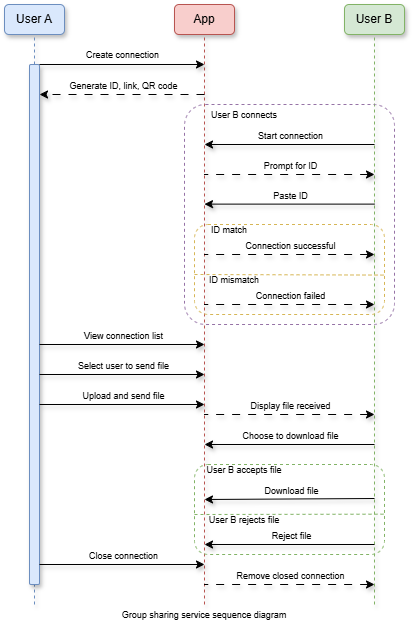
Above: docs/sequence/group_share.png in thuongtruong109/celedrive (draw.io), before the change. Source tidied: cells renumbered, new cells last; positions are measured from the earlier drawing's top-left corner, leaving out a move shared by most shapes. Its diagram source:
```xml
<mxGraphModel>
  <root>
    <mxCell id="0" />
    <mxCell id="1" parent="0" />
    <mxCell id="2" value="User A" style="rounded=1;whiteSpace=wrap;html=1;fillColor=#dae8fc;strokeColor=#6c8ebf;shadow=1;" parent="1" vertex="1">
      <mxGeometry width="60" height="30" as="geometry" />
    </mxCell>
    <mxCell id="3" style="endArrow=none;html=1;rounded=0;entryX=0.5;entryY=1;entryDx=0;entryDy=0;dashed=1;shadow=1;fillColor=#dae8fc;strokeColor=#6c8ebf;" parent="1" edge="1" source="9" target="2">
      <mxGeometry relative="1" as="geometry" />
    </mxCell>
    <mxCell id="4" value="App" style="rounded=1;whiteSpace=wrap;html=1;fillColor=#f8cecc;strokeColor=#b85450;shadow=1;" parent="1" vertex="1">
      <mxGeometry x="170" width="60" height="30" as="geometry" />
    </mxCell>
    <mxCell id="5" style="endArrow=none;html=1;rounded=0;entryX=0.5;entryY=1;entryDx=0;entryDy=0;dashed=1;shadow=1;fillColor=#f8cecc;strokeColor=#b85450;" parent="1" edge="1" target="4">
      <mxGeometry relative="1" as="geometry">
        <mxPoint x="200" y="600" as="sourcePoint" />
      </mxGeometry>
    </mxCell>
    <mxCell id="6" value="User B" style="rounded=1;whiteSpace=wrap;html=1;fillColor=#d5e8d4;strokeColor=#82b366;shadow=1;" parent="1" vertex="1">
      <mxGeometry x="340" width="60" height="30" as="geometry" />
    </mxCell>
    <mxCell id="7" style="endArrow=none;html=1;rounded=0;entryX=0.5;entryY=1;entryDx=0;entryDy=0;dashed=1;shadow=1;fillColor=#d5e8d4;strokeColor=#82b366;" parent="1" edge="1" target="6">
      <mxGeometry relative="1" as="geometry">
        <mxPoint x="370" y="600" as="sourcePoint" />
      </mxGeometry>
    </mxCell>
    <mxCell id="8" style="endArrow=none;html=1;rounded=0;entryX=0.5;entryY=1;entryDx=0;entryDy=0;dashed=1;fillColor=#dae8fc;strokeColor=#6c8ebf;shadow=1;" parent="1" edge="1" target="9">
      <mxGeometry relative="1" as="geometry">
        <mxPoint x="30" y="600" as="sourcePoint" />
      </mxGeometry>
    </mxCell>
    <mxCell id="9" style="rounded=1;whiteSpace=wrap;html=1;arcSize=15;fillColor=#dae8fc;strokeColor=#6c8ebf;shadow=1;" parent="1" vertex="1">
      <mxGeometry x="25" y="60" width="10" height="520" as="geometry" />
    </mxCell>
    <mxCell id="10" style="endArrow=classic;html=1;rounded=0;fontFamily=Helvetica;fontSize=12;fontColor=default;shadow=1;" parent="1" edge="1">
      <mxGeometry relative="1" as="geometry">
        <mxPoint x="35" y="60" as="sourcePoint" />
        <mxPoint x="200" y="60" as="targetPoint" />
      </mxGeometry>
    </mxCell>
    <mxCell id="11" value="&lt;font style=&quot;font-size: 9px;&quot;&gt;Create connection&lt;/font&gt;" style="edgeLabel;html=1;align=center;verticalAlign=middle;rounded=1;strokeColor=default;fontFamily=Helvetica;fontSize=12;fontColor=default;fillColor=default;" parent="10" vertex="1">
      <mxGeometry y="-2" relative="1" as="geometry">
        <mxPoint y="-12" as="offset" />
      </mxGeometry>
    </mxCell>
    <mxCell id="12" style="endArrow=classic;html=1;rounded=0;fontFamily=Helvetica;fontSize=12;fontColor=default;dashed=1;dashPattern=8 8;shadow=1;" parent="1" edge="1">
      <mxGeometry relative="1" as="geometry">
        <mxPoint x="200" y="90" as="sourcePoint" />
        <mxPoint x="35" y="90" as="targetPoint" />
      </mxGeometry>
    </mxCell>
    <mxCell id="13" value="&lt;font style=&quot;font-size: 9px;&quot;&gt;Generate ID, link, QR code&lt;/font&gt;" style="edgeLabel;html=1;align=center;verticalAlign=middle;rounded=1;strokeColor=default;fontFamily=Helvetica;fontSize=12;fontColor=default;fillColor=default;" parent="12" vertex="1">
      <mxGeometry x="0.07" relative="1" as="geometry">
        <mxPoint x="7" y="-9" as="offset" />
      </mxGeometry>
    </mxCell>
    <mxCell id="14" style="rounded=1;whiteSpace=wrap;html=1;strokeColor=#9673a6;align=center;verticalAlign=middle;fontFamily=Helvetica;fontSize=12;fillColor=none;dashed=1;arcSize=10;" parent="1" vertex="1">
      <mxGeometry x="180" y="100" width="210" height="220" as="geometry" />
    </mxCell>
    <mxCell id="15" value="&lt;font style=&quot;font-size: 9px;&quot;&gt;User B connects&lt;/font&gt;" style="text;html=1;align=center;verticalAlign=middle;whiteSpace=wrap;rounded=0;fontFamily=Helvetica;fontSize=12;fontColor=default;" parent="1" vertex="1">
      <mxGeometry x="200" y="100" width="80" height="20" as="geometry" />
    </mxCell>
    <mxCell id="16" style="endArrow=classic;html=1;rounded=0;fontFamily=Helvetica;fontSize=12;fontColor=default;shadow=1;" parent="1" edge="1">
      <mxGeometry relative="1" as="geometry">
        <mxPoint x="370" y="140" as="sourcePoint" />
        <mxPoint x="200" y="140" as="targetPoint" />
      </mxGeometry>
    </mxCell>
    <mxCell id="17" value="&lt;font style=&quot;font-size: 9px;&quot;&gt;Start connection&lt;/font&gt;" style="edgeLabel;html=1;align=center;verticalAlign=middle;rounded=1;strokeColor=default;fontFamily=Helvetica;fontSize=12;fontColor=default;fillColor=default;" parent="16" vertex="1">
      <mxGeometry x="0.01" y="-1" relative="1" as="geometry">
        <mxPoint x="2" y="-8" as="offset" />
      </mxGeometry>
    </mxCell>
    <mxCell id="18" style="endArrow=none;html=1;rounded=0;fontFamily=Helvetica;fontSize=12;fontColor=default;exitX=0.905;exitY=0.2;exitDx=0;exitDy=0;exitPerimeter=0;shadow=1;startArrow=classic;startFill=1;endFill=0;dashed=1;dashPattern=8 8;" parent="1" edge="1">
      <mxGeometry relative="1" as="geometry">
        <mxPoint x="370" y="170" as="sourcePoint" />
        <mxPoint x="200" y="170" as="targetPoint" />
      </mxGeometry>
    </mxCell>
    <mxCell id="19" value="&lt;font style=&quot;font-size: 9px;&quot;&gt;Prompt for ID&lt;/font&gt;" style="edgeLabel;html=1;align=center;verticalAlign=middle;rounded=1;strokeColor=default;fontFamily=Helvetica;fontSize=12;fontColor=default;fillColor=default;" parent="18" vertex="1">
      <mxGeometry x="0.01" y="-1" relative="1" as="geometry">
        <mxPoint x="2" y="-8" as="offset" />
      </mxGeometry>
    </mxCell>
    <mxCell id="20" style="endArrow=classic;html=1;rounded=0;fontFamily=Helvetica;fontSize=12;fontColor=default;exitX=0.905;exitY=0.2;exitDx=0;exitDy=0;exitPerimeter=0;shadow=1;" parent="1" edge="1">
      <mxGeometry relative="1" as="geometry">
        <mxPoint x="370" y="199.6" as="sourcePoint" />
        <mxPoint x="200" y="199.6" as="targetPoint" />
      </mxGeometry>
    </mxCell>
    <mxCell id="21" value="&lt;font style=&quot;font-size: 9px;&quot;&gt;Paste ID&lt;/font&gt;" style="edgeLabel;html=1;align=center;verticalAlign=middle;rounded=1;strokeColor=default;fontFamily=Helvetica;fontSize=12;fontColor=default;fillColor=default;" parent="20" vertex="1">
      <mxGeometry x="0.01" y="-1" relative="1" as="geometry">
        <mxPoint x="2" y="-8" as="offset" />
      </mxGeometry>
    </mxCell>
    <mxCell id="22" style="rounded=1;whiteSpace=wrap;html=1;strokeColor=#d6b656;align=center;verticalAlign=middle;fontFamily=Helvetica;fontSize=12;fillColor=none;dashed=1;" parent="1" vertex="1">
      <mxGeometry x="190" y="220" width="190" height="90" as="geometry" />
    </mxCell>
    <mxCell id="23" value="&lt;font style=&quot;font-size: 9px;&quot;&gt;ID match&lt;/font&gt;" style="text;html=1;align=center;verticalAlign=middle;whiteSpace=wrap;rounded=0;fontFamily=Helvetica;fontSize=12;fontColor=default;" parent="1" vertex="1">
      <mxGeometry x="200" y="220" width="50" height="10" as="geometry" />
    </mxCell>
    <mxCell id="24" style="endArrow=none;html=1;rounded=0;fontFamily=Helvetica;fontSize=12;fontColor=default;exitX=0.905;exitY=0.2;exitDx=0;exitDy=0;exitPerimeter=0;shadow=1;startArrow=classic;startFill=1;endFill=0;dashed=1;dashPattern=8 8;" parent="1" edge="1">
      <mxGeometry relative="1" as="geometry">
        <mxPoint x="370" y="250" as="sourcePoint" />
        <mxPoint x="200" y="250" as="targetPoint" />
      </mxGeometry>
    </mxCell>
    <mxCell id="25" value="&lt;font style=&quot;font-size: 9px;&quot;&gt;Connection successful&lt;/font&gt;" style="edgeLabel;html=1;align=center;verticalAlign=middle;rounded=1;strokeColor=default;fontFamily=Helvetica;fontSize=12;fontColor=default;fillColor=default;" parent="24" vertex="1">
      <mxGeometry x="0.01" y="-1" relative="1" as="geometry">
        <mxPoint x="2" y="-8" as="offset" />
      </mxGeometry>
    </mxCell>
    <mxCell id="26" style="endArrow=none;html=1;rounded=0;fontFamily=Helvetica;fontSize=12;fontColor=default;entryX=1;entryY=0.562;entryDx=0;entryDy=0;entryPerimeter=0;dashed=1;fillColor=#fff2cc;strokeColor=#d6b656;" parent="1" edge="1" target="22">
      <mxGeometry relative="1" as="geometry">
        <mxPoint x="190" y="270" as="sourcePoint" />
      </mxGeometry>
    </mxCell>
    <mxCell id="27" value="&lt;font style=&quot;font-size: 9px;&quot;&gt;ID mismatch&lt;/font&gt;" style="text;html=1;align=center;verticalAlign=middle;whiteSpace=wrap;rounded=0;fontFamily=Helvetica;fontSize=12;fontColor=default;" parent="1" vertex="1">
      <mxGeometry x="200" y="270" width="60" height="10" as="geometry" />
    </mxCell>
    <mxCell id="28" style="endArrow=none;html=1;rounded=0;fontFamily=Helvetica;fontSize=12;fontColor=default;exitX=0.905;exitY=0.2;exitDx=0;exitDy=0;exitPerimeter=0;shadow=1;startArrow=classic;startFill=1;endFill=0;dashed=1;dashPattern=8 8;" parent="1" edge="1">
      <mxGeometry relative="1" as="geometry">
        <mxPoint x="370" y="300" as="sourcePoint" />
        <mxPoint x="200" y="300" as="targetPoint" />
      </mxGeometry>
    </mxCell>
    <mxCell id="29" value="&lt;font style=&quot;font-size: 9px;&quot;&gt;Connection failed&lt;/font&gt;" style="edgeLabel;html=1;align=center;verticalAlign=middle;rounded=1;strokeColor=default;fontFamily=Helvetica;fontSize=12;fontColor=default;fillColor=default;" parent="28" vertex="1">
      <mxGeometry x="0.01" y="-1" relative="1" as="geometry">
        <mxPoint x="2" y="-8" as="offset" />
      </mxGeometry>
    </mxCell>
    <mxCell id="30" style="endArrow=none;html=1;rounded=0;fontFamily=Helvetica;fontSize=12;fontColor=default;shadow=1;startArrow=classic;startFill=1;endFill=0;" parent="1" edge="1">
      <mxGeometry relative="1" as="geometry">
        <mxPoint x="200" y="340" as="sourcePoint" />
        <mxPoint x="35" y="340" as="targetPoint" />
      </mxGeometry>
    </mxCell>
    <mxCell id="31" value="&lt;font style=&quot;font-size: 9px;&quot;&gt;View connection list&lt;/font&gt;" style="edgeLabel;html=1;align=center;verticalAlign=middle;rounded=1;strokeColor=default;fontFamily=Helvetica;fontSize=12;fontColor=default;fillColor=default;" parent="30" vertex="1">
      <mxGeometry x="0.01" y="-1" relative="1" as="geometry">
        <mxPoint x="2" y="-8" as="offset" />
      </mxGeometry>
    </mxCell>
    <mxCell id="32" style="endArrow=none;html=1;rounded=0;fontFamily=Helvetica;fontSize=12;fontColor=default;shadow=1;startArrow=classic;startFill=1;endFill=0;" parent="1" edge="1">
      <mxGeometry relative="1" as="geometry">
        <mxPoint x="200" y="370" as="sourcePoint" />
        <mxPoint x="35" y="370" as="targetPoint" />
      </mxGeometry>
    </mxCell>
    <mxCell id="33" value="&lt;font style=&quot;font-size: 9px;&quot;&gt;Select user to send file&lt;/font&gt;" style="edgeLabel;html=1;align=center;verticalAlign=middle;rounded=1;strokeColor=default;fontFamily=Helvetica;fontSize=12;fontColor=default;fillColor=default;" parent="32" vertex="1">
      <mxGeometry x="0.01" y="-1" relative="1" as="geometry">
        <mxPoint x="2" y="-8" as="offset" />
      </mxGeometry>
    </mxCell>
    <mxCell id="34" style="endArrow=none;html=1;rounded=0;fontFamily=Helvetica;fontSize=12;fontColor=default;shadow=1;startArrow=classic;startFill=1;endFill=0;" parent="1" edge="1">
      <mxGeometry relative="1" as="geometry">
        <mxPoint x="200" y="400" as="sourcePoint" />
        <mxPoint x="35" y="400" as="targetPoint" />
      </mxGeometry>
    </mxCell>
    <mxCell id="35" value="&lt;font style=&quot;font-size: 9px;&quot;&gt;Upload and send file&lt;/font&gt;" style="edgeLabel;html=1;align=center;verticalAlign=middle;rounded=1;strokeColor=default;fontFamily=Helvetica;fontSize=12;fontColor=default;fillColor=default;" parent="34" vertex="1">
      <mxGeometry x="0.01" y="-1" relative="1" as="geometry">
        <mxPoint x="2" y="-8" as="offset" />
      </mxGeometry>
    </mxCell>
    <mxCell id="36" style="endArrow=none;html=1;rounded=0;fontFamily=Helvetica;fontSize=12;fontColor=default;exitX=0.905;exitY=0.2;exitDx=0;exitDy=0;exitPerimeter=0;shadow=1;startArrow=classic;startFill=1;endFill=0;dashed=1;dashPattern=8 8;" parent="1" edge="1">
      <mxGeometry relative="1" as="geometry">
        <mxPoint x="370" y="410" as="sourcePoint" />
        <mxPoint x="200" y="410" as="targetPoint" />
      </mxGeometry>
    </mxCell>
    <mxCell id="37" value="&lt;font style=&quot;font-size: 9px;&quot;&gt;Display file received&lt;/font&gt;" style="edgeLabel;html=1;align=center;verticalAlign=middle;rounded=1;strokeColor=default;fontFamily=Helvetica;fontSize=12;fontColor=default;fillColor=default;" parent="36" vertex="1">
      <mxGeometry x="0.01" y="-1" relative="1" as="geometry">
        <mxPoint x="2" y="-8" as="offset" />
      </mxGeometry>
    </mxCell>
    <mxCell id="38" style="endArrow=classic;html=1;rounded=0;fontFamily=Helvetica;fontSize=12;fontColor=default;exitX=0.905;exitY=0.2;exitDx=0;exitDy=0;exitPerimeter=0;shadow=1;" parent="1" edge="1">
      <mxGeometry relative="1" as="geometry">
        <mxPoint x="370" y="440" as="sourcePoint" />
        <mxPoint x="200" y="440" as="targetPoint" />
      </mxGeometry>
    </mxCell>
    <mxCell id="39" value="&lt;font style=&quot;font-size: 9px;&quot;&gt;Choose to download file&lt;/font&gt;" style="edgeLabel;html=1;align=center;verticalAlign=middle;rounded=1;strokeColor=default;fontFamily=Helvetica;fontSize=12;fontColor=default;fillColor=default;" parent="38" vertex="1">
      <mxGeometry x="0.01" y="-1" relative="1" as="geometry">
        <mxPoint x="2" y="-8" as="offset" />
      </mxGeometry>
    </mxCell>
    <mxCell id="40" style="rounded=1;whiteSpace=wrap;html=1;strokeColor=#82b366;align=center;verticalAlign=middle;fontFamily=Helvetica;fontSize=12;fillColor=none;dashed=1;" parent="1" vertex="1">
      <mxGeometry x="190" y="460" width="190" height="90" as="geometry" />
    </mxCell>
    <mxCell id="41" style="endArrow=classic;html=1;rounded=0;fontFamily=Helvetica;fontSize=12;fontColor=default;shadow=1;" parent="1" edge="1">
      <mxGeometry relative="1" as="geometry">
        <mxPoint x="370" y="494" as="sourcePoint" />
        <mxPoint x="200" y="495" as="targetPoint" />
      </mxGeometry>
    </mxCell>
    <mxCell id="42" value="&lt;font style=&quot;font-size: 9px;&quot;&gt;Download file&lt;/font&gt;" style="edgeLabel;html=1;align=center;verticalAlign=middle;rounded=1;strokeColor=default;fontFamily=Helvetica;fontSize=12;fontColor=default;fillColor=default;" parent="41" vertex="1">
      <mxGeometry x="0.01" y="-4" relative="1" as="geometry">
        <mxPoint x="2" y="-5" as="offset" />
      </mxGeometry>
    </mxCell>
    <mxCell id="43" value="&lt;font style=&quot;font-size: 9px;&quot;&gt;User B accepts file&lt;/font&gt;" style="text;html=1;align=center;verticalAlign=middle;whiteSpace=wrap;rounded=0;fontFamily=Helvetica;fontSize=12;fontColor=default;" parent="1" vertex="1">
      <mxGeometry x="200" y="460" width="80" height="10" as="geometry" />
    </mxCell>
    <mxCell id="44" style="endArrow=none;html=1;rounded=0;fontFamily=Helvetica;fontSize=12;fontColor=default;entryX=0.999;entryY=0.552;entryDx=0;entryDy=0;entryPerimeter=0;dashed=1;fillColor=#d5e8d4;strokeColor=#82b366;" parent="1" edge="1" target="40">
      <mxGeometry relative="1" as="geometry">
        <mxPoint x="190" y="510" as="sourcePoint" />
      </mxGeometry>
    </mxCell>
    <mxCell id="45" value="&lt;font style=&quot;font-size: 9px;&quot;&gt;User B rejects file&lt;/font&gt;" style="text;html=1;align=center;verticalAlign=middle;whiteSpace=wrap;rounded=0;fontFamily=Helvetica;fontSize=12;fontColor=default;" parent="1" vertex="1">
      <mxGeometry x="200" y="510" width="80" height="10" as="geometry" />
    </mxCell>
    <mxCell id="46" style="endArrow=classic;html=1;rounded=0;fontFamily=Helvetica;fontSize=12;fontColor=default;exitX=0.947;exitY=0.292;exitDx=0;exitDy=0;exitPerimeter=0;shadow=1;" parent="1" edge="1">
      <mxGeometry relative="1" as="geometry">
        <mxPoint x="370" y="540" as="sourcePoint" />
        <mxPoint x="200" y="540" as="targetPoint" />
      </mxGeometry>
    </mxCell>
    <mxCell id="47" value="&lt;font style=&quot;font-size: 9px;&quot;&gt;Reject file&lt;/font&gt;" style="edgeLabel;html=1;align=center;verticalAlign=middle;rounded=1;strokeColor=default;fontFamily=Helvetica;fontSize=12;fontColor=default;fillColor=default;" parent="46" vertex="1">
      <mxGeometry x="0.01" y="-4" relative="1" as="geometry">
        <mxPoint x="2" y="-5" as="offset" />
      </mxGeometry>
    </mxCell>
    <mxCell id="48" value="&lt;font style=&quot;font-size: 9px;&quot;&gt;Group sharing service sequence diagram&lt;/font&gt;" style="text;html=1;align=center;verticalAlign=middle;whiteSpace=wrap;rounded=0;fontFamily=Helvetica;fontSize=12;fontColor=default;" parent="1" vertex="1">
      <mxGeometry x="105" y="600" width="190" height="20" as="geometry" />
    </mxCell>
    <mxCell id="49" style="endArrow=none;html=1;rounded=0;fontFamily=Helvetica;fontSize=12;fontColor=default;shadow=1;startArrow=classic;startFill=1;endFill=0;" parent="1" edge="1">
      <mxGeometry relative="1" as="geometry">
        <mxPoint x="200" y="560" as="sourcePoint" />
        <mxPoint x="35" y="560" as="targetPoint" />
      </mxGeometry>
    </mxCell>
    <mxCell id="50" value="&lt;font style=&quot;font-size: 9px;&quot;&gt;Close connection&lt;/font&gt;" style="edgeLabel;html=1;align=center;verticalAlign=middle;rounded=1;strokeColor=default;fontFamily=Helvetica;fontSize=12;fontColor=default;fillColor=default;" parent="49" vertex="1">
      <mxGeometry x="0.01" y="-1" relative="1" as="geometry">
        <mxPoint x="2" y="-8" as="offset" />
      </mxGeometry>
    </mxCell>
    <mxCell id="51" style="endArrow=none;html=1;rounded=0;fontFamily=Helvetica;fontSize=12;fontColor=default;exitX=0.905;exitY=0.2;exitDx=0;exitDy=0;exitPerimeter=0;shadow=1;startArrow=classic;startFill=1;endFill=0;dashed=1;dashPattern=8 8;" parent="1" edge="1">
      <mxGeometry relative="1" as="geometry">
        <mxPoint x="370" y="580" as="sourcePoint" />
        <mxPoint x="200" y="580" as="targetPoint" />
      </mxGeometry>
    </mxCell>
    <mxCell id="52" value="&lt;font style=&quot;font-size: 9px;&quot;&gt;Remove closed connection&lt;/font&gt;" style="edgeLabel;html=1;align=center;verticalAlign=middle;rounded=1;strokeColor=default;fontFamily=Helvetica;fontSize=12;fontColor=default;fillColor=default;" parent="51" vertex="1">
      <mxGeometry x="0.01" y="-1" relative="1" as="geometry">
        <mxPoint x="2" y="-8" as="offset" />
      </mxGeometry>
    </mxCell>
  </root>
</mxGraphModel>
```
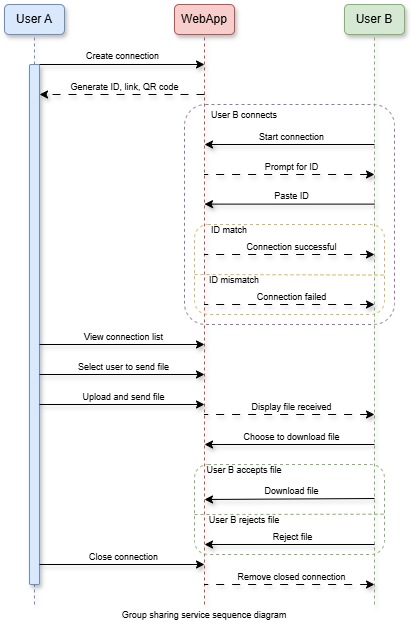
The same file after the commit.

Change to the diagram source:
```diff
@@ -8,7 +8,7 @@
     <mxCell id="3" style="endArrow=none;html=1;rounded=0;entryX=0.5;entryY=1;entryDx=0;entryDy=0;dashed=1;shadow=1;fillColor=#dae8fc;strokeColor=#6c8ebf;" parent="1" edge="1" source="9" target="2">
       <mxGeometry relative="1" as="geometry" />
     </mxCell>
-    <mxCell id="4" value="App" style="rounded=1;whiteSpace=wrap;html=1;fillColor=#f8cecc;strokeColor=#b85450;shadow=1;" parent="1" vertex="1">
+    <mxCell id="4" value="WebApp" style="rounded=1;whiteSpace=wrap;html=1;fillColor=#f8cecc;strokeColor=#b85450;shadow=1;" parent="1" vertex="1">
       <mxGeometry x="170" width="60" height="30" as="geometry" />
     </mxCell>
     <mxCell id="5" style="endArrow=none;html=1;rounded=0;entryX=0.5;entryY=1;entryDx=0;entryDy=0;dashed=1;shadow=1;fillColor=#f8cecc;strokeColor=#b85450;" parent="1" edge="1" target="4">
```
